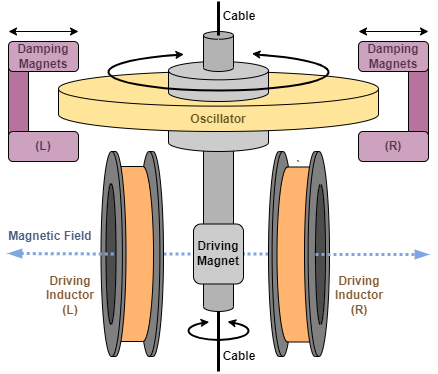
parallax-xallaraq/PHSX616 keeps this draw.io diagram as Lab3 - Torsional Oscillator/Figures/apparatus.png. Above is the earlier version. Source tidied: cells renumbered, new cells last; positions are measured from the earlier drawing's top-left corner, leaving out a move shared by most shapes.
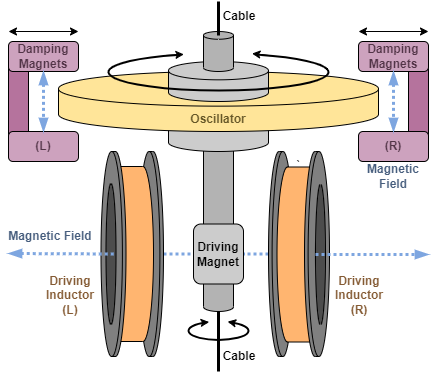
The same diagram one commit later.

Commit message:
add Bfield to apparatus

Change to the diagram source:
```diff
@@ -32,6 +32,12 @@
     <mxCell id="10" value="&lt;b&gt;&lt;font color=&quot;#523447&quot;&gt;(R)&lt;/font&gt;&lt;/b&gt;" style="rounded=1;whiteSpace=wrap;html=1;fillColor=#CDA2BE;" parent="7" vertex="1">
       <mxGeometry y="90" width="70" height="30" as="geometry" />
     </mxCell>
+    <mxCell id="51" style="endArrow=blockThin;html=1;rounded=0;strokeWidth=3;dashed=1;dashPattern=1 1;strokeColor=#7EA6E0;endFill=1;startArrow=blockThin;startFill=1;entryX=0.5;entryY=0;entryDx=0;entryDy=0;exitX=0.5;exitY=1;exitDx=0;exitDy=0;" parent="7" edge="1" source="9" target="10">
+      <mxGeometry relative="1" as="geometry" />
+    </mxCell>
+    <mxCell id="52" value="&lt;b&gt;Magnetic Field&lt;/b&gt;" style="text;html=1;strokeColor=none;fillColor=none;align=center;verticalAlign=middle;whiteSpace=wrap;rounded=0;fontColor=#465D7D;labelBorderColor=none;horizontal=1;" parent="7" vertex="1">
+      <mxGeometry x="5" y="120" width="60" height="30" as="geometry" />
+    </mxCell>
     <mxCell id="11" style="endArrow=classic;startArrow=classic;html=1;rounded=0;" parent="6" edge="1">
       <mxGeometry relative="1" as="geometry">
         <mxPoint as="sourcePoint" />
@@ -53,6 +59,9 @@
     <mxCell id="16" value="&lt;b&gt;&lt;font color=&quot;#523447&quot;&gt;(L)&lt;/font&gt;&lt;/b&gt;" style="rounded=1;whiteSpace=wrap;html=1;fillColor=#CDA2BE;" parent="13" vertex="1">
       <mxGeometry y="90" width="70" height="30" as="geometry" />
     </mxCell>
+    <mxCell id="53" style="endArrow=blockThin;html=1;rounded=0;strokeWidth=3;dashed=1;dashPattern=1 1;strokeColor=#7EA6E0;endFill=1;startArrow=blockThin;startFill=1;entryX=0.5;entryY=0;entryDx=0;entryDy=0;exitX=0.5;exitY=1;exitDx=0;exitDy=0;" parent="13" edge="1" source="15" target="16">
+      <mxGeometry relative="1" as="geometry" />
+    </mxCell>
     <mxCell id="17" style="endArrow=classic;startArrow=classic;html=1;rounded=0;" parent="12" edge="1">
       <mxGeometry relative="1" as="geometry">
         <mxPoint as="sourcePoint" />
```
